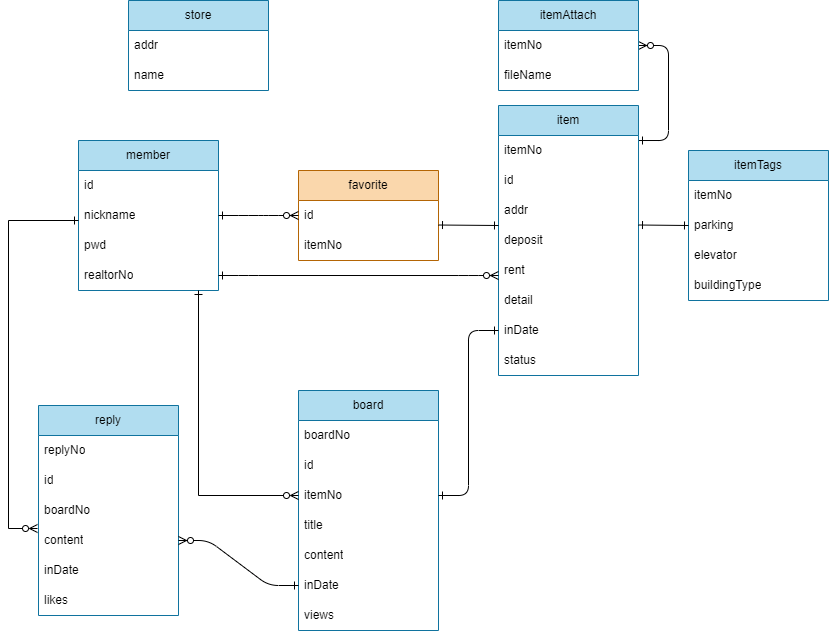
Earlier version of the draw.io export Web_final/presentation/erd.png (HwansooLee/WantedRoom). Source tidied: cells renumbered, new cells last; positions are measured from the earlier drawing's top-left corner, leaving out a move shared by most shapes.
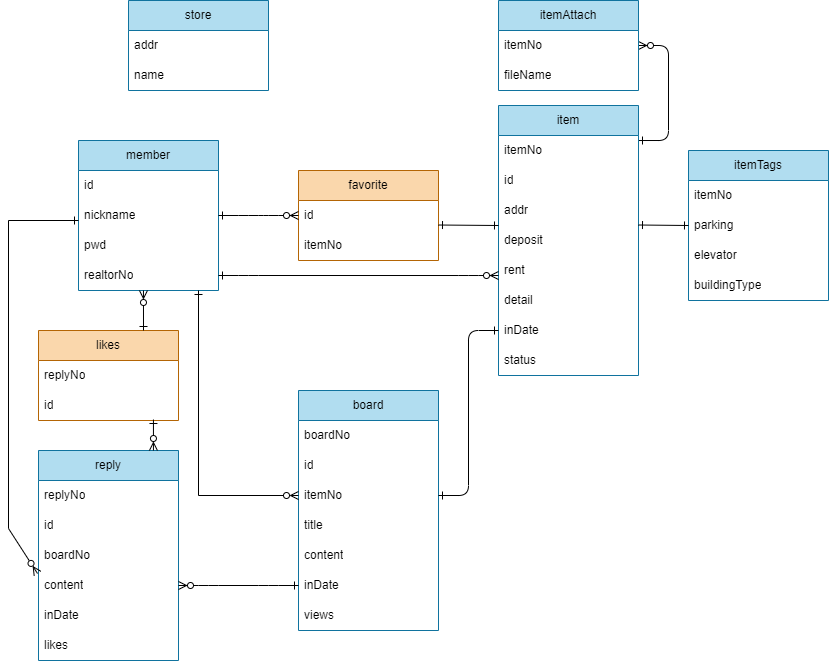
Above is the later version.

The edit, as a diff of the source:
```diff
@@ -112,7 +112,7 @@
       <mxGeometry y="210" width="140" height="30" as="geometry" />
     </mxCell>
     <mxCell id="36" value="reply" style="swimlane;fontStyle=0;horizontal=1;startSize=30;whiteSpace=wrap;html=1;fillColor=#b1ddf0;strokeColor=#10739e;" parent="1" vertex="1">
-      <mxGeometry x="47" y="405" width="140" height="210" as="geometry" />
+      <mxGeometry x="47" y="450" width="140" height="210" as="geometry" />
     </mxCell>
     <mxCell id="37" value="replyNo" style="text;strokeColor=none;fillColor=none;align=left;verticalAlign=middle;spacingLeft=4;spacingRight=4;overflow=hidden;whiteSpace=wrap;html=1;" parent="36" vertex="1">
       <mxGeometry y="30" width="140" height="30" as="geometry" />
@@ -198,5 +198,20 @@
         <mxPoint x="697" y="225" as="targetPoint" />
       </mxGeometry>
     </mxCell>
+    <mxCell id="54" value="likes" style="swimlane;fontStyle=0;horizontal=1;startSize=30;whiteSpace=wrap;html=1;fillColor=#fad7ac;strokeColor=#b46504;" parent="1" vertex="1">
+      <mxGeometry x="47" y="330" width="140" height="90" as="geometry" />
+    </mxCell>
+    <mxCell id="55" value="replyNo" style="text;strokeColor=none;fillColor=none;align=left;verticalAlign=middle;spacingLeft=4;spacingRight=4;overflow=hidden;whiteSpace=wrap;html=1;" parent="54" vertex="1">
+      <mxGeometry y="30" width="140" height="30" as="geometry" />
+    </mxCell>
+    <mxCell id="56" value="id" style="text;strokeColor=none;fillColor=none;align=left;verticalAlign=middle;spacingLeft=4;spacingRight=4;overflow=hidden;points=[[0,0.5],[1,0.5]];portConstraint=eastwest;whiteSpace=wrap;html=1;" parent="54" vertex="1">
+      <mxGeometry y="60" width="140" height="30" as="geometry" />
+    </mxCell>
+    <mxCell id="57" style="endArrow=ERzeroToMany;html=1;rounded=0;exitX=0.75;exitY=0;exitDx=0;exitDy=0;startArrow=ERone;startFill=0;endFill=0;entryX=0.464;entryY=1;entryDx=0;entryDy=0;entryPerimeter=0;" parent="1" edge="1" source="54" target="7">
+      <mxGeometry relative="1" as="geometry" />
+    </mxCell>
+    <mxCell id="58" style="endArrow=ERone;html=1;rounded=0;exitX=0.821;exitY=0;exitDx=0;exitDy=0;startArrow=ERzeroToMany;startFill=0;endFill=0;entryX=0.821;entryY=0.967;entryDx=0;entryDy=0;entryPerimeter=0;exitPerimeter=0;" parent="1" edge="1" source="36" target="56">
+      <mxGeometry relative="1" as="geometry" />
+    </mxCell>
   </root>
 </mxGraphModel>
```
